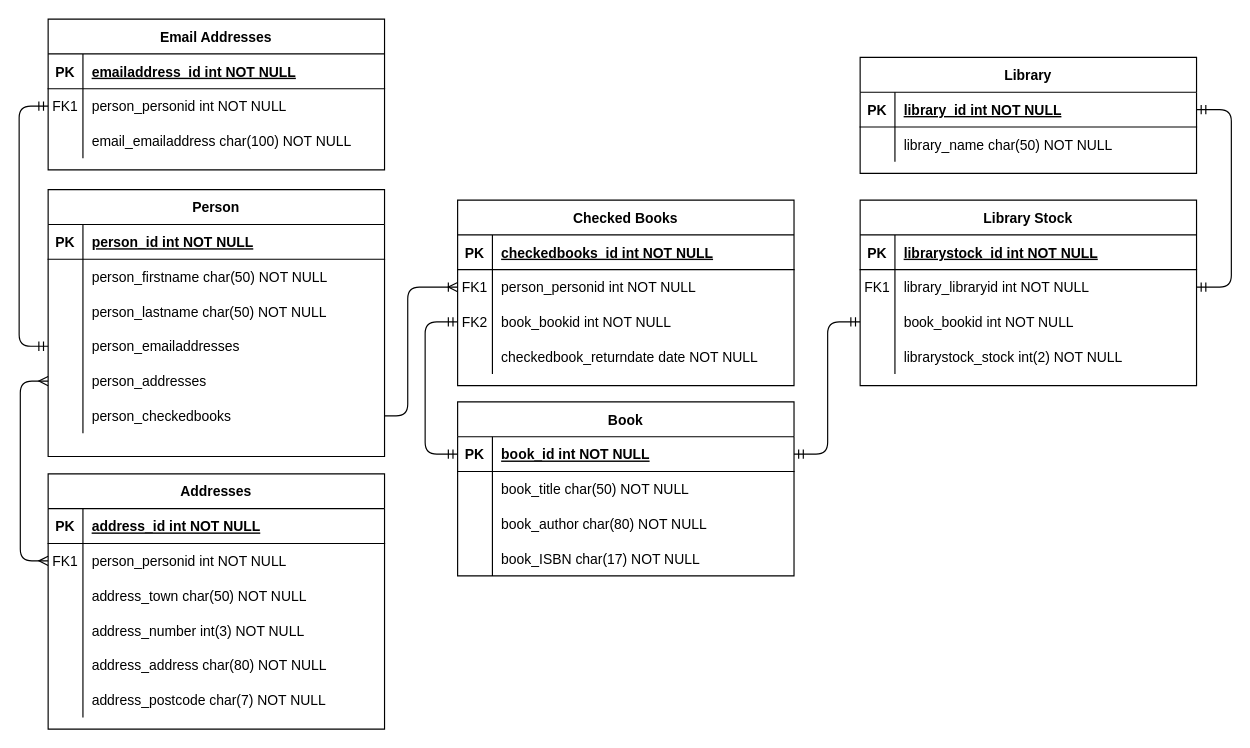
RhysGrabany/LibraryManagementSystem keeps this draw.io diagram as library.drawio. Above is the earlier version. Source tidied: cells renumbered, new cells numbered last; positions are measured from the earlier drawing's top-left corner, leaving out a move shared by most shapes. Both pictures are drawn from the tidied source at 116%, with x=0, y=0 at pixel (0, 19).
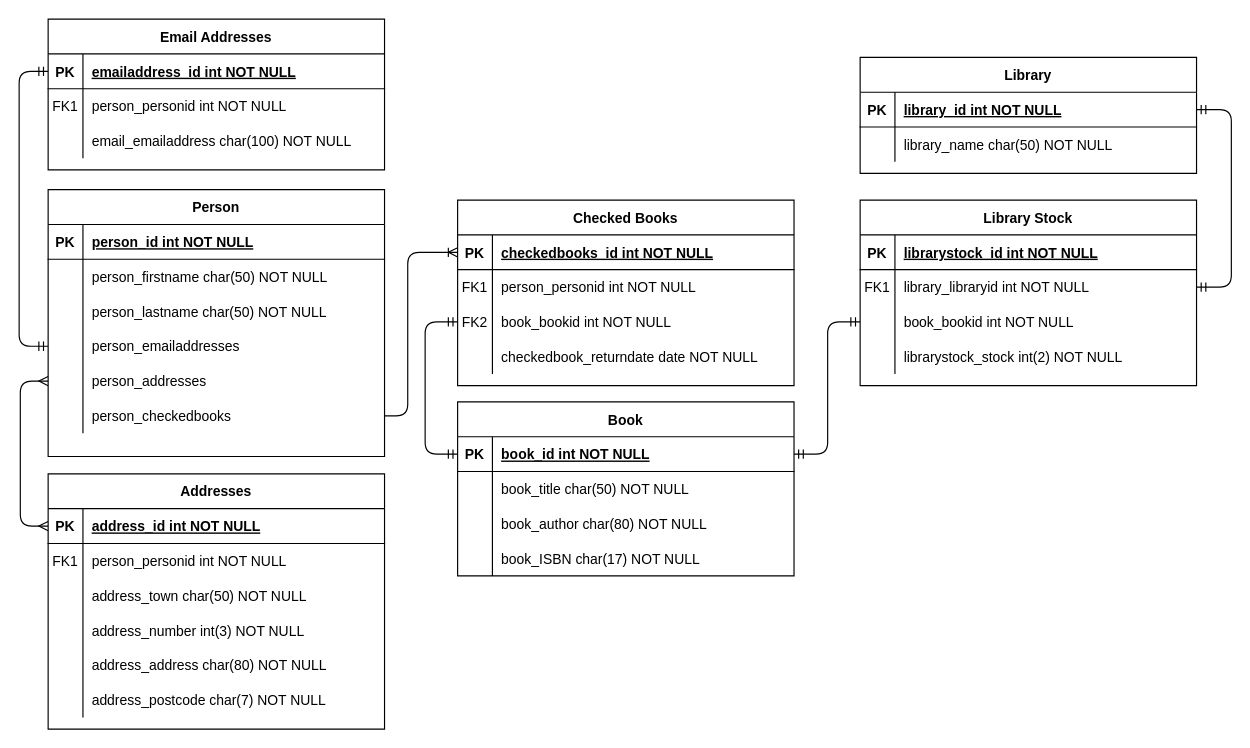
After the change.

Unchanged cells that the change refers to:
```xml
<mxCell id="10" style="shape=partialRectangle;fillColor=none;points=[[0,0.5],[1,0.5]];portConstraint=eastwest;top=0;left=0;right=0;bottom=1;" parent="9" vertex="1">
  <mxGeometry y="30" width="290" height="30" as="geometry" />
</mxCell>
<mxCell id="13" style="shape=partialRectangle;fillColor=none;points=[[0,0.5],[1,0.5]];portConstraint=eastwest;top=0;left=0;right=0;bottom=0;" parent="9" vertex="1">
  <mxGeometry y="60" width="290" height="30" as="geometry" />
</mxCell>
<mxCell id="32" style="shape=partialRectangle;fillColor=none;points=[[0,0.5],[1,0.5]];portConstraint=eastwest;top=0;left=0;right=0;bottom=0;" parent="22" vertex="1">
  <mxGeometry y="120" width="290" height="30" as="geometry" />
</mxCell>
<mxCell id="35" style="shape=partialRectangle;fillColor=none;points=[[0,0.5],[1,0.5]];portConstraint=eastwest;top=0;left=0;right=0;bottom=0;" parent="22" vertex="1">
  <mxGeometry y="150" width="290" height="30" as="geometry" />
</mxCell>
<mxCell id="38" style="shape=partialRectangle;fillColor=none;points=[[0,0.5],[1,0.5]];portConstraint=eastwest;top=0;left=0;right=0;bottom=0;" parent="22" vertex="1">
  <mxGeometry y="180" width="290" height="30" as="geometry" />
</mxCell>
<mxCell id="42" style="shape=partialRectangle;fillColor=none;points=[[0,0.5],[1,0.5]];portConstraint=eastwest;top=0;left=0;right=0;bottom=1;" parent="41" vertex="1">
  <mxGeometry y="30" width="290" height="30" as="geometry" />
</mxCell>
<mxCell id="45" style="shape=partialRectangle;fillColor=none;points=[[0,0.5],[1,0.5]];portConstraint=eastwest;top=0;left=0;right=0;bottom=0;" parent="41" vertex="1">
  <mxGeometry y="60" width="290" height="30" as="geometry" />
</mxCell>
<mxCell id="52" style="shape=partialRectangle;fillColor=none;points=[[0,0.5],[1,0.5]];portConstraint=eastwest;top=0;left=0;right=0;bottom=1;" parent="51" vertex="1">
  <mxGeometry y="30" width="290" height="30" as="geometry" />
</mxCell>
<mxCell id="55" style="shape=partialRectangle;fillColor=none;points=[[0,0.5],[1,0.5]];portConstraint=eastwest;top=0;left=0;right=0;bottom=0;" parent="51" vertex="1">
  <mxGeometry y="60" width="290" height="30" as="geometry" />
</mxCell>
```

Change to the diagram source:
```diff
@@
-    <mxCell id="70" style="edgeStyle=elbowEdgeStyle;fontSize=12;html=1;endArrow=ERoneToMany;jumpStyle=arc;entryX=0;entryY=0.5;entryDx=0;entryDy=0;" parent="1" edge="1" source="38" target="13">
+    <mxCell id="70" style="edgeStyle=elbowEdgeStyle;fontSize=12;html=1;endArrow=ERoneToMany;jumpStyle=arc;entryX=0;entryY=0.5;entryDx=0;entryDy=0;" parent="1" edge="1" source="38" target="10">
       <mxGeometry relative="1" as="geometry">
         <Array as="points">
           <mxPoint x="351" y="272" />
         </Array>
       </mxGeometry>
     </mxCell>
-    <mxCell id="71" style="edgeStyle=elbowEdgeStyle;fontSize=12;html=1;endArrow=ERmandOne;startArrow=ERmandOne;exitX=0;exitY=0.5;exitDx=0;exitDy=0;" parent="1" edge="1" source="45" target="32">
+    <mxCell id="71" style="edgeStyle=elbowEdgeStyle;fontSize=12;html=1;endArrow=ERmandOne;startArrow=ERmandOne;exitX=0;exitY=0.5;exitDx=0;exitDy=0;" parent="1" edge="1" source="42" target="32">
       <mxGeometry relative="1" as="geometry">
         <Array as="points">
           <mxPoint x="16" y="165" />
         </Array>
       </mxGeometry>
     </mxCell>
-    <mxCell id="72" style="edgeStyle=elbowEdgeStyle;fontSize=12;html=1;endArrow=ERmany;startArrow=ERmany;entryX=0;entryY=0.5;entryDx=0;entryDy=0;exitX=0;exitY=0.5;exitDx=0;exitDy=0;" parent="1" edge="1" source="55" target="35">
+    <mxCell id="72" style="edgeStyle=elbowEdgeStyle;fontSize=12;html=1;endArrow=ERmany;startArrow=ERmany;entryX=0;entryY=0.5;entryDx=0;entryDy=0;exitX=0;exitY=0.5;exitDx=0;exitDy=0;" parent="1" edge="1" source="52" target="35">
       <mxGeometry relative="1" as="geometry">
         <Array as="points">
           <mxPoint x="17" y="358" />
           <mxPoint x="23" y="361" />
           <mxPoint y="374" />
         </Array>
       </mxGeometry>
     </mxCell>
```
